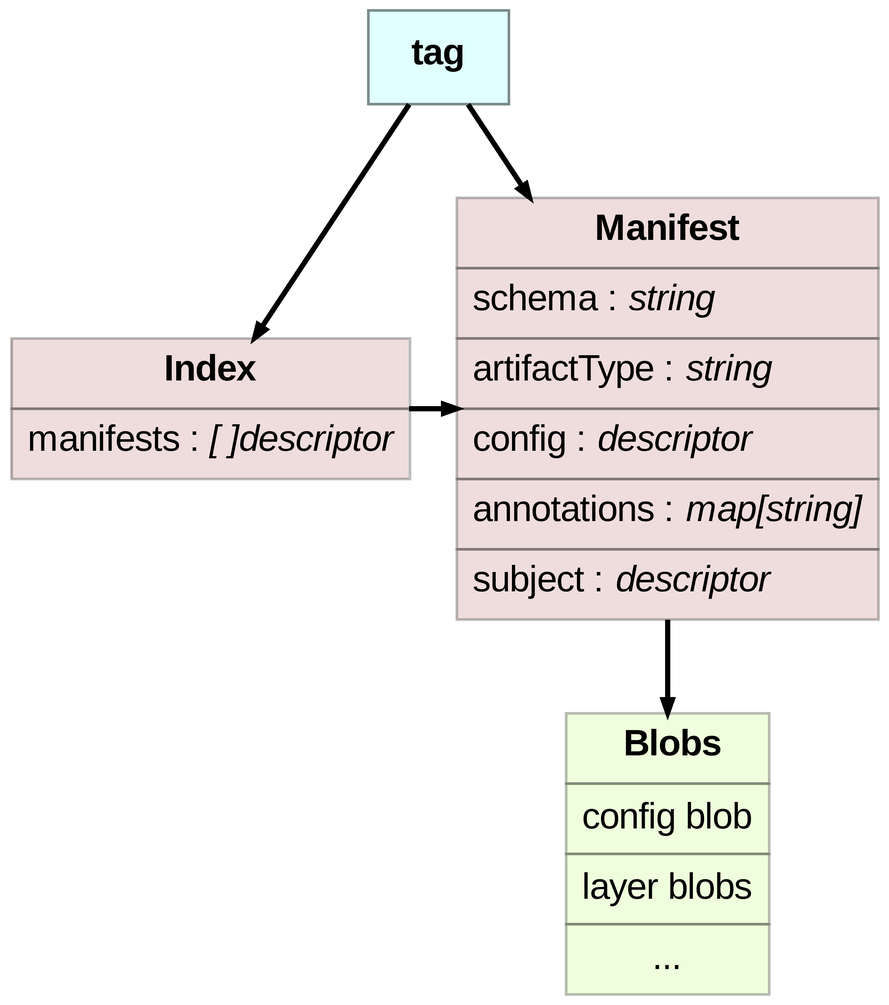
oras-project/oras-www keeps this Graphviz diagram as static/img/concepts/artifact/tag_relations.png. Above is the earlier version. Its source is kept beside it as docs/concepts/tag_relations.dot. Source of this version:
```dot
digraph git_basics {
	graph [
        dpi=600
		fontname = "Helvetica,Arial,sans-serif"
	]
	node [
		style=filled
		pencolor="#00000044" // frames color
		fontname="Helvetica,Arial,sans-serif"
        penwidth=1
	]
	edge [
		arrowsize=0.5
		labelfontcolor="#00000080"
		penwidth=2
	]

    tag [
		label=<<b>tag</b>>
		shape=box
		color=lightcyan4
		fillcolor=lightcyan1
    ]

    subgraph manifests {
        rank=same
        manifest [
            color="#88000022"
            shape=plain
            label=<<table border="0" cellborder="1" cellspacing="0" cellpadding="5">
                <tr> <td> <b>Manifest</b> </td> </tr>
                    <tr> <td align="left">schema : <i>string</i><br align="left"/></td></tr>
                    <tr> <td align="left">artifactType : <i>string</i><br align="left"/></td></tr>
                    <tr> <td align="left">config : <i>descriptor</i><br align="left"/></td></tr>
                    <tr> <td align="left">annotations : <i>map[string]</i><br align="left"/></td></tr>
                    <tr> <td align="left">subject : <i>descriptor</i><br align="left"/></td></tr>
            </table>>
        ]

        index [
            shape=plain
            color="#88000022"
            label=<<table border="0" cellborder="1" cellspacing="0" cellpadding="5">
                <tr> <td> <b>Index</b> </td> </tr>
                    <tr> <td align="left">manifests : <i>[ ]descriptor</i><br align="left"/></td></tr>
            </table>>
        ]
    }

	blobs [
		fillcolor="#88ff0022"
		label=<<table border="0" cellborder="1" cellspacing="0" cellpadding="5">
			<tr> <td  > <b>Blobs</b></td> </tr>
			<tr> <td  align="left">config blob</td> </tr>
            <tr> <td  align="left">layer blobs</td> </tr>
            <tr> <td align="center">...</td> </tr>
		</table>>
		shape=plain
	]

    tag -> manifest
    tag -> index -> manifest
	manifest -> blobs
}
```
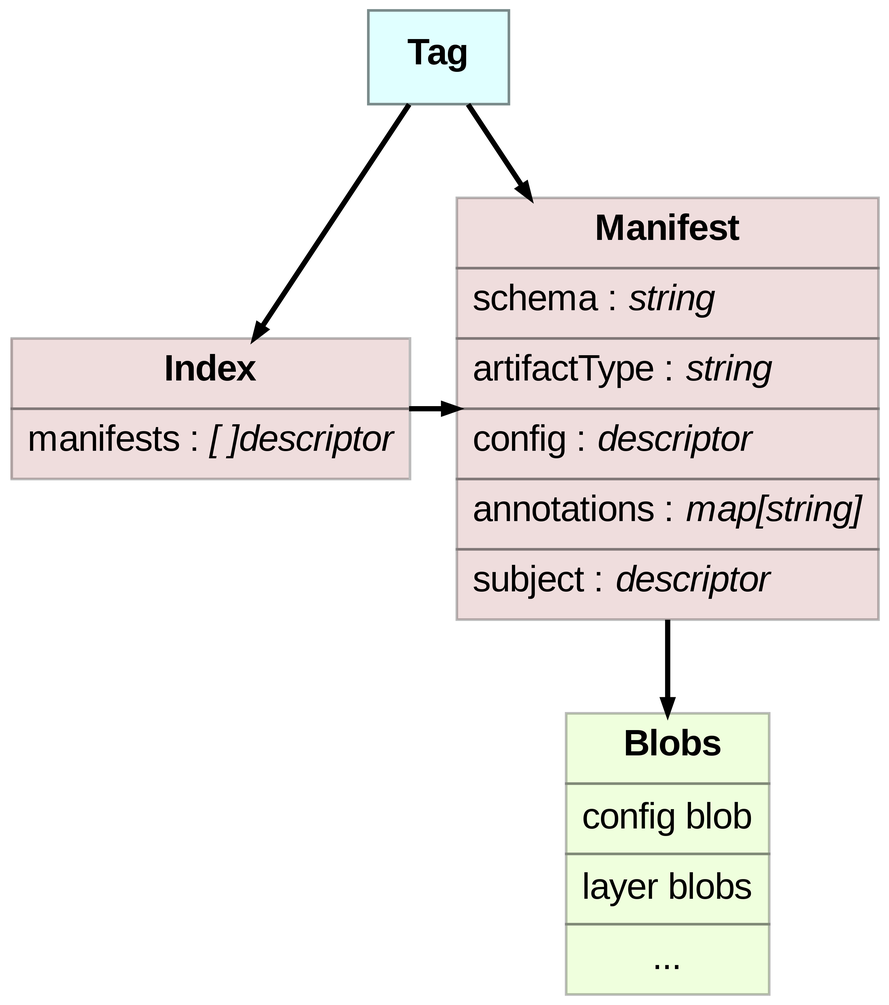
After the commit.

Change to the diagram source:
```diff
@@ -16,7 +16,7 @@
 	]
 
     tag [
-		label=<<b>tag</b>>
+		label=<<b>Tag</b>>
 		shape=box
 		color=lightcyan4
 		fillcolor=lightcyan1
```
